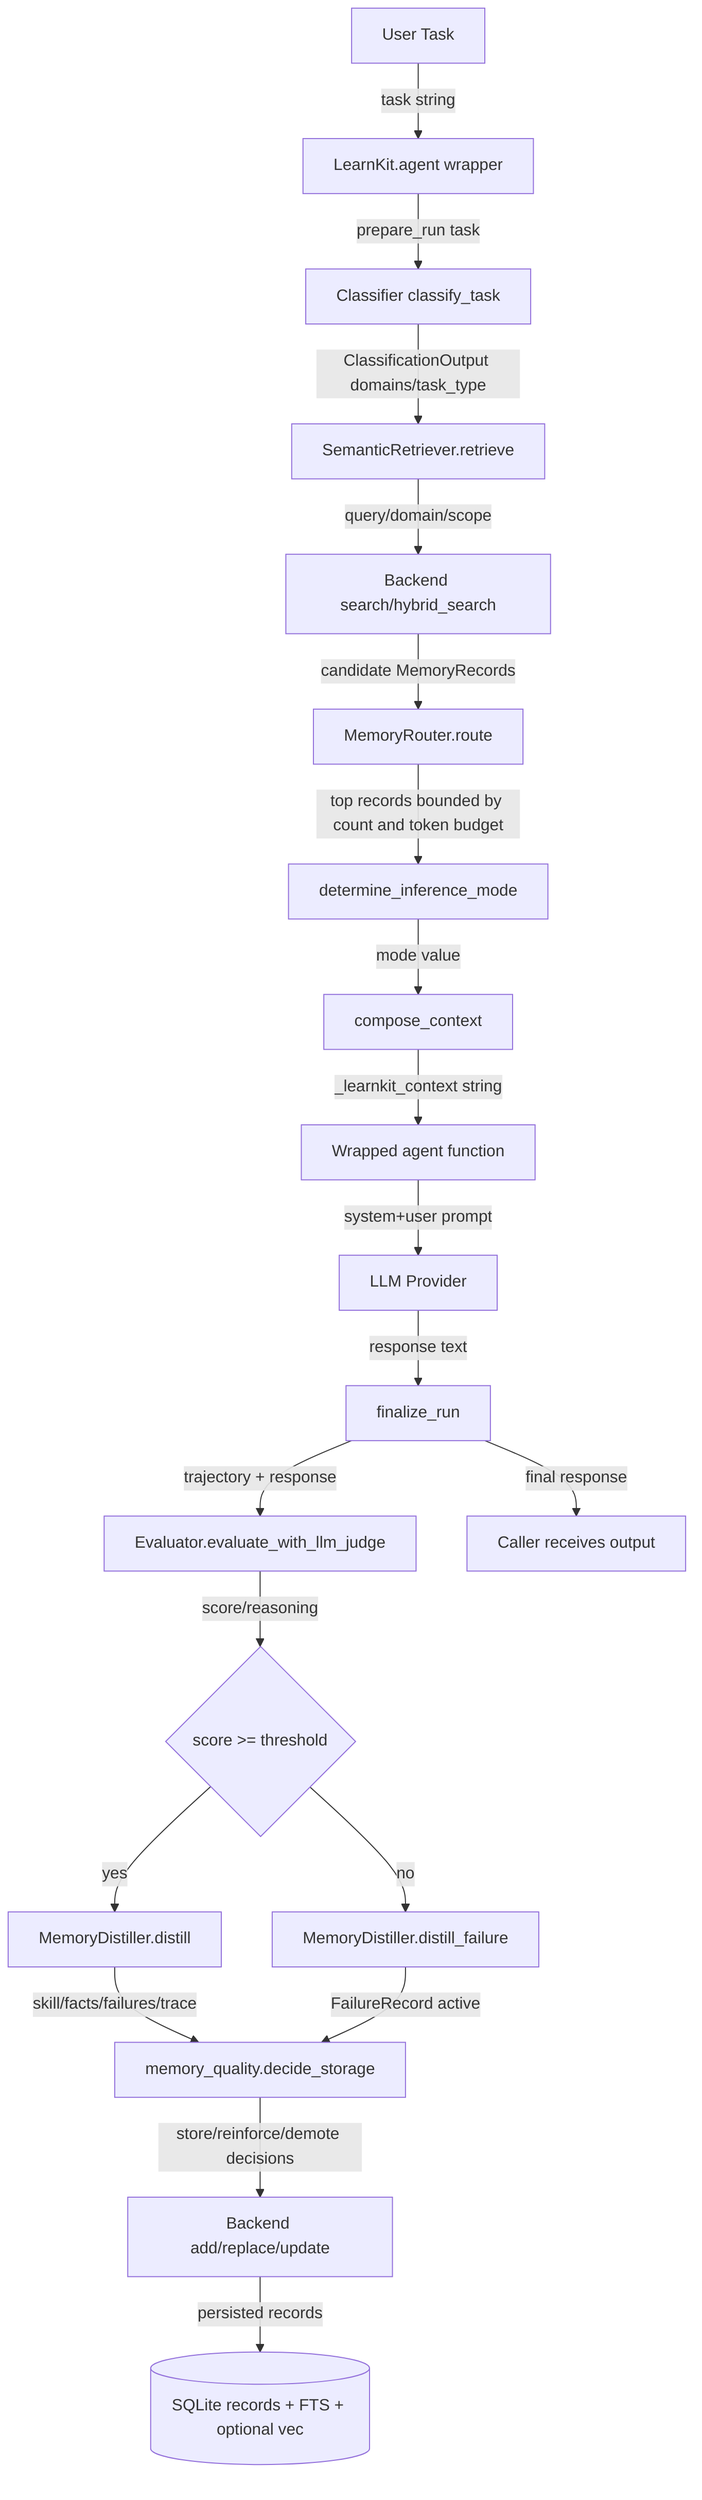
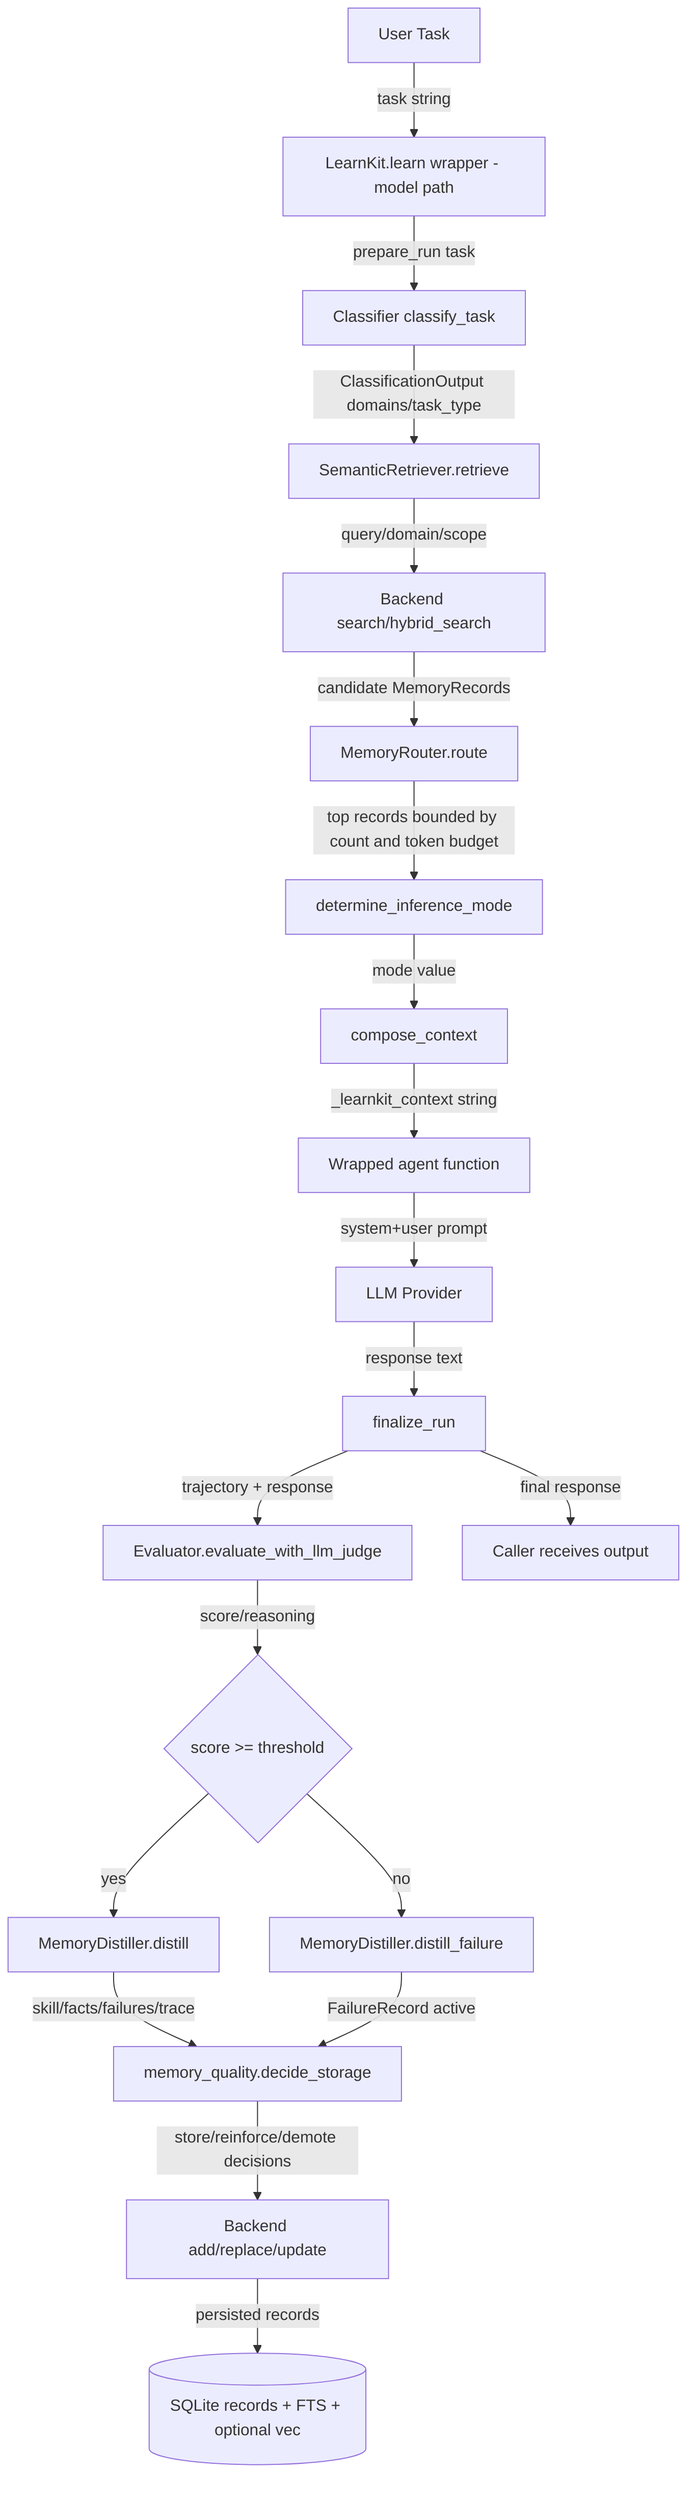
flowchart TD
-     A[User Task] -->|task string| B[LearnKit.agent wrapper]
+     A[User Task] -->|task string| B[LearnKit.learn wrapper - model path]
    B -->|prepare_run task| C[Classifier classify_task]
    C -->|ClassificationOutput domains/task_type| D[SemanticRetriever.retrieve]
    D -->|query/domain/scope| E[Backend search/hybrid_search]
    E -->|candidate MemoryRecords| F[MemoryRouter.route]
    F -->|top records bounded by count and token budget| G[determine_inference_mode]
    G -->|mode value| H[compose_context]
    H -->|_learnkit_context string| I[Wrapped agent function]
    I -->|system+user prompt| J[LLM Provider]
    J -->|response text| K[finalize_run]
    K -->|trajectory + response| L[Evaluator.evaluate_with_llm_judge]
    L -->|score/reasoning| M{score >= threshold}
    M -->|yes| N[MemoryDistiller.distill]
    N -->|skill/facts/failures/trace| O[memory_quality.decide_storage]
    M -->|no| P[MemoryDistiller.distill_failure]
    P -->|FailureRecord active| O
    O -->|store/reinforce/demote decisions| Q[Backend add/replace/update]
    Q -->|persisted records| R[(SQLite records + FTS + optional vec)]
    K -->|final response| S[Caller receives output]
